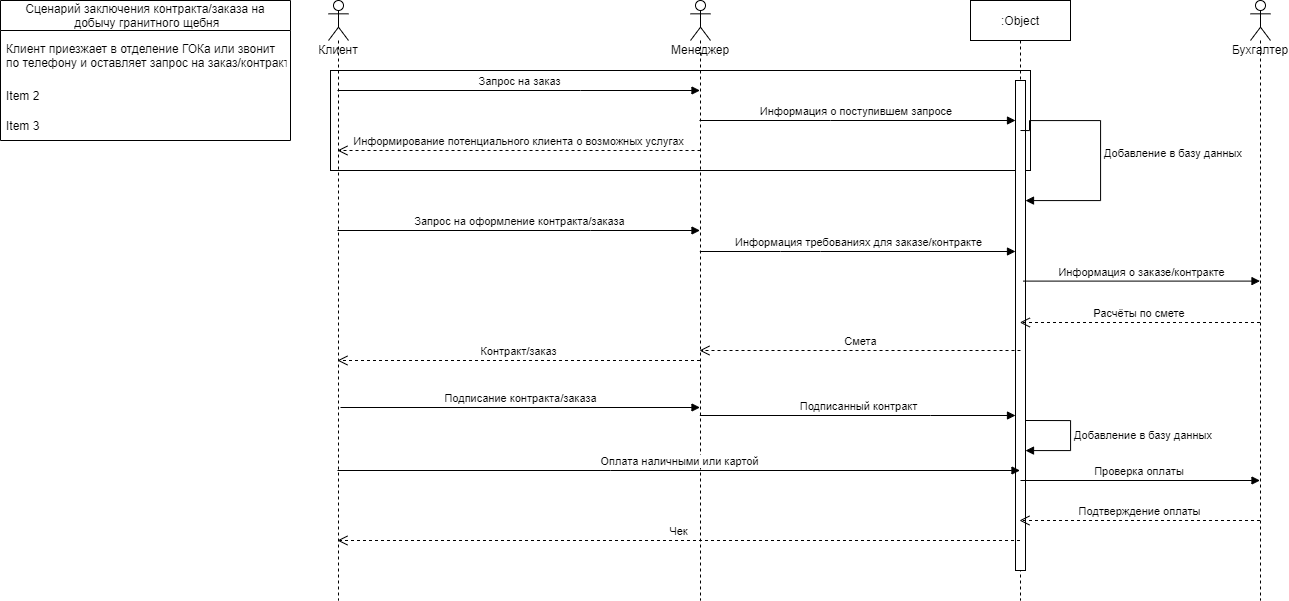
Before: Test1.drawio.png, a diagram exported from draw.io (Awftf/UML). Source tidied: cells renumbered, new cells last; positions are measured from the earlier drawing's top-left corner, leaving out a move shared by most shapes. The source it was exported from:
```xml
<mxGraphModel>
  <root>
    <mxCell id="0" />
    <mxCell id="1" parent="0" />
    <mxCell id="2" style="rounded=0;whiteSpace=wrap;html=1;" parent="1" vertex="1">
      <mxGeometry x="330" y="70" width="700" height="100" as="geometry" />
    </mxCell>
    <mxCell id="3" value=":Object" style="shape=umlLifeline;perimeter=lifelinePerimeter;rounded=0;shadow=0;strokeWidth=1;" parent="1" vertex="1">
      <mxGeometry x="970" width="100" height="600" as="geometry" />
    </mxCell>
    <mxCell id="4" style="points=[];perimeter=orthogonalPerimeter;rounded=0;shadow=0;strokeWidth=1;" parent="3" vertex="1">
      <mxGeometry x="45" y="80" width="10" height="490" as="geometry" />
    </mxCell>
    <mxCell id="5" value="Смета" style="html=1;verticalAlign=bottom;endArrow=open;dashed=1;endSize=8;rounded=0;" parent="3" edge="1" target="9">
      <mxGeometry relative="1" as="geometry">
        <mxPoint x="50" y="350" as="sourcePoint" />
      </mxGeometry>
    </mxCell>
    <mxCell id="6" value="Добавление в базу данных" style="edgeStyle=orthogonalEdgeStyle;html=1;align=left;spacingLeft=2;endArrow=block;rounded=0;" parent="3" edge="1" target="4">
      <mxGeometry relative="1" as="geometry">
        <mxPoint x="55" y="420" as="sourcePoint" />
        <Array as="points">
          <mxPoint x="100" y="420" />
          <mxPoint x="100" y="450" />
        </Array>
      </mxGeometry>
    </mxCell>
    <mxCell id="7" value="Проверка оплаты&amp;nbsp;" style="html=1;verticalAlign=bottom;endArrow=block;rounded=0;" parent="3" edge="1" target="10">
      <mxGeometry relative="1" as="geometry">
        <mxPoint x="50" y="480" as="sourcePoint" />
      </mxGeometry>
    </mxCell>
    <mxCell id="8" value="Клиент&lt;br&gt;" style="shape=umlLifeline;participant=umlActor;perimeter=lifelinePerimeter;whiteSpace=wrap;html=1;verticalAlign=top;spacingTop=36;outlineConnect=0;" parent="1" vertex="1">
      <mxGeometry x="328" width="20" height="600" as="geometry" />
    </mxCell>
    <mxCell id="9" value="Менеджер&lt;br&gt;" style="shape=umlLifeline;participant=umlActor;perimeter=lifelinePerimeter;whiteSpace=wrap;html=1;verticalAlign=top;spacingTop=36;outlineConnect=0;" parent="1" vertex="1">
      <mxGeometry x="690" width="20" height="600" as="geometry" />
    </mxCell>
    <mxCell id="10" value="Бухгалтер" style="shape=umlLifeline;participant=umlActor;perimeter=lifelinePerimeter;whiteSpace=wrap;html=1;verticalAlign=top;spacingTop=36;outlineConnect=0;" parent="1" vertex="1">
      <mxGeometry x="1250" width="20" height="600" as="geometry" />
    </mxCell>
    <mxCell id="11" value="Запрос на заказ&lt;br&gt;" style="html=1;verticalAlign=bottom;endArrow=block;rounded=0;" parent="1" edge="1" source="8" target="9">
      <mxGeometry relative="1" as="geometry">
        <Array as="points">
          <mxPoint x="580" y="90" />
        </Array>
      </mxGeometry>
    </mxCell>
    <mxCell id="12" value="Информирование потенциального клиента о возможных услугах&lt;br&gt;" style="html=1;verticalAlign=bottom;endArrow=open;dashed=1;endSize=8;rounded=0;" parent="1" edge="1" target="8">
      <mxGeometry relative="1" as="geometry">
        <mxPoint x="700" y="150" as="sourcePoint" />
      </mxGeometry>
    </mxCell>
    <mxCell id="13" value="Информация о поступившем запросе&amp;nbsp;" style="html=1;verticalAlign=bottom;endArrow=block;rounded=0;" parent="1" edge="1" source="9" target="4">
      <mxGeometry relative="1" as="geometry">
        <Array as="points">
          <mxPoint x="830" y="120" />
        </Array>
      </mxGeometry>
    </mxCell>
    <mxCell id="14" value="Запрос на оформление контракта/заказа" style="html=1;verticalAlign=bottom;endArrow=block;rounded=0;" parent="1" edge="1" source="8">
      <mxGeometry relative="1" as="geometry">
        <mxPoint x="699.5" y="230" as="targetPoint" />
        <Array as="points">
          <mxPoint x="590" y="230" />
        </Array>
      </mxGeometry>
    </mxCell>
    <mxCell id="15" value="Информация требованиях для заказе/контракте" style="html=1;verticalAlign=bottom;endArrow=block;rounded=0;" parent="1" edge="1">
      <mxGeometry relative="1" as="geometry">
        <mxPoint x="699.3" y="251" as="sourcePoint" />
        <mxPoint x="1015" y="251" as="targetPoint" />
        <Array as="points">
          <mxPoint x="780" y="251" />
          <mxPoint x="820" y="251" />
        </Array>
      </mxGeometry>
    </mxCell>
    <mxCell id="16" value="Контракт/заказ" style="html=1;verticalAlign=bottom;endArrow=open;dashed=1;endSize=8;rounded=0;" parent="1" edge="1" source="9" target="8">
      <mxGeometry relative="1" as="geometry">
        <Array as="points">
          <mxPoint x="620" y="360" />
        </Array>
      </mxGeometry>
    </mxCell>
    <mxCell id="17" value="Информация о заказе/контракте" style="html=1;verticalAlign=bottom;endArrow=block;rounded=0;exitX=0.526;exitY=0.834;exitDx=0;exitDy=0;exitPerimeter=0;" parent="1" edge="1">
      <mxGeometry relative="1" as="geometry">
        <mxPoint x="1022.6" y="280.6" as="sourcePoint" />
        <mxPoint x="1259.5" y="280.6" as="targetPoint" />
      </mxGeometry>
    </mxCell>
    <mxCell id="18" value="Расчёты по смете&amp;nbsp;" style="html=1;verticalAlign=bottom;endArrow=open;dashed=1;endSize=8;rounded=0;" parent="1" edge="1">
      <mxGeometry relative="1" as="geometry">
        <mxPoint x="1259.5" y="322" as="sourcePoint" />
        <mxPoint x="1019.3" y="322" as="targetPoint" />
        <Array as="points">
          <mxPoint x="1180" y="322" />
        </Array>
      </mxGeometry>
    </mxCell>
    <mxCell id="19" value="Добавление в базу данных" style="edgeStyle=orthogonalEdgeStyle;html=1;align=left;spacingLeft=2;endArrow=block;rounded=0;" parent="1" edge="1" target="4">
      <mxGeometry relative="1" as="geometry">
        <mxPoint x="1020" y="130" as="sourcePoint" />
        <Array as="points">
          <mxPoint x="1029" y="120" />
          <mxPoint x="1100" y="120" />
          <mxPoint x="1100" y="200" />
        </Array>
      </mxGeometry>
    </mxCell>
    <mxCell id="20" value="Подписание контракта/заказа" style="html=1;verticalAlign=bottom;endArrow=block;rounded=0;" parent="1" edge="1">
      <mxGeometry relative="1" as="geometry">
        <mxPoint x="340" y="407" as="sourcePoint" />
        <mxPoint x="699.5" y="407" as="targetPoint" />
      </mxGeometry>
    </mxCell>
    <mxCell id="21" value="Подписанный контракт" style="html=1;verticalAlign=bottom;endArrow=block;rounded=0;" parent="1" edge="1">
      <mxGeometry relative="1" as="geometry">
        <mxPoint x="699.3" y="415" as="sourcePoint" />
        <mxPoint x="1015" y="415" as="targetPoint" />
        <Array as="points">
          <mxPoint x="930" y="415" />
        </Array>
      </mxGeometry>
    </mxCell>
    <mxCell id="22" value="Оплата наличными или картой" style="html=1;verticalAlign=bottom;endArrow=block;rounded=0;" parent="1" edge="1" source="8" target="3">
      <mxGeometry relative="1" as="geometry">
        <Array as="points">
          <mxPoint x="610" y="470" />
        </Array>
      </mxGeometry>
    </mxCell>
    <mxCell id="23" value="Подтверждение оплаты&lt;br&gt;" style="html=1;verticalAlign=bottom;endArrow=open;dashed=1;endSize=8;rounded=0;" parent="1" edge="1" source="10" target="3">
      <mxGeometry relative="1" as="geometry">
        <Array as="points">
          <mxPoint x="1190" y="520" />
        </Array>
      </mxGeometry>
    </mxCell>
    <mxCell id="24" value="Чек" style="html=1;verticalAlign=bottom;endArrow=open;dashed=1;endSize=8;rounded=0;" parent="1" edge="1" source="3" target="8">
      <mxGeometry relative="1" as="geometry">
        <Array as="points">
          <mxPoint x="770" y="540" />
        </Array>
      </mxGeometry>
    </mxCell>
    <mxCell id="25" value="Сценарий заключения контракта/заказа на&#10; добычу гранитного щебня" style="swimlane;fontStyle=0;horizontal=1;startSize=30;" parent="1" vertex="1">
      <mxGeometry width="290" height="140" as="geometry" />
    </mxCell>
    <mxCell id="26" value="Клиент приезжает в отделение ГОКа или звонит &#10;по телефону и оставляет запрос на заказ/контракт" style="text;strokeColor=none;fillColor=none;align=left;verticalAlign=middle;spacingLeft=4;spacingRight=4;overflow=hidden;" parent="25" vertex="1">
      <mxGeometry y="30" width="290" height="50" as="geometry" />
    </mxCell>
    <mxCell id="27" value="Item 2" style="text;strokeColor=none;fillColor=none;align=left;verticalAlign=middle;spacingLeft=4;spacingRight=4;overflow=hidden;" parent="25" vertex="1">
      <mxGeometry y="80" width="290" height="30" as="geometry" />
    </mxCell>
    <mxCell id="28" value="Item 3" style="text;strokeColor=none;fillColor=none;align=left;verticalAlign=middle;spacingLeft=4;spacingRight=4;overflow=hidden;" parent="25" vertex="1">
      <mxGeometry y="110" width="290" height="30" as="geometry" />
    </mxCell>
  </root>
</mxGraphModel>
```
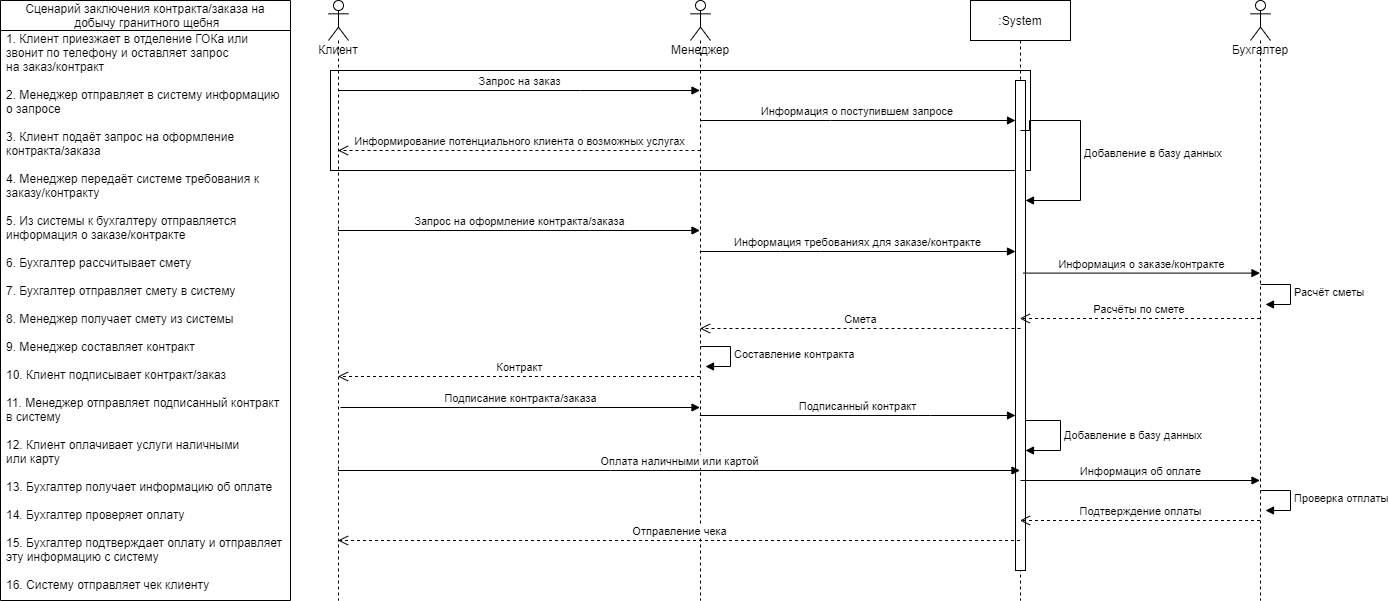
The same diagram one commit later.

Change to the diagram source:
```diff
@@ -5,27 +5,22 @@
     <mxCell id="2" style="rounded=0;whiteSpace=wrap;html=1;" parent="1" vertex="1">
       <mxGeometry x="330" y="70" width="700" height="100" as="geometry" />
     </mxCell>
-    <mxCell id="3" value=":Object" style="shape=umlLifeline;perimeter=lifelinePerimeter;rounded=0;shadow=0;strokeWidth=1;" parent="1" vertex="1">
+    <mxCell id="3" value=":System" style="shape=umlLifeline;perimeter=lifelinePerimeter;rounded=0;shadow=0;strokeWidth=1;" parent="1" vertex="1">
       <mxGeometry x="970" width="100" height="600" as="geometry" />
     </mxCell>
     <mxCell id="4" style="points=[];perimeter=orthogonalPerimeter;rounded=0;shadow=0;strokeWidth=1;" parent="3" vertex="1">
       <mxGeometry x="45" y="80" width="10" height="490" as="geometry" />
     </mxCell>
-    <mxCell id="5" value="Смета" style="html=1;verticalAlign=bottom;endArrow=open;dashed=1;endSize=8;rounded=0;" parent="3" edge="1" target="9">
-      <mxGeometry relative="1" as="geometry">
-        <mxPoint x="50" y="350" as="sourcePoint" />
-      </mxGeometry>
-    </mxCell>
     <mxCell id="6" value="Добавление в базу данных" style="edgeStyle=orthogonalEdgeStyle;html=1;align=left;spacingLeft=2;endArrow=block;rounded=0;" parent="3" edge="1" target="4">
       <mxGeometry relative="1" as="geometry">
         <mxPoint x="55" y="420" as="sourcePoint" />
         <Array as="points">
-          <mxPoint x="100" y="420" />
-          <mxPoint x="100" y="450" />
+          <mxPoint x="90" y="420" />
+          <mxPoint x="90" y="450" />
         </Array>
       </mxGeometry>
     </mxCell>
-    <mxCell id="7" value="Проверка оплаты&amp;nbsp;" style="html=1;verticalAlign=bottom;endArrow=block;rounded=0;" parent="3" edge="1" target="10">
+    <mxCell id="7" value="Информация об оплате" style="html=1;verticalAlign=bottom;endArrow=block;rounded=0;" parent="3" edge="1" target="10">
       <mxGeometry relative="1" as="geometry">
         <mxPoint x="50" y="480" as="sourcePoint" />
       </mxGeometry>
@@ -76,25 +71,27 @@
         </Array>
       </mxGeometry>
     </mxCell>
-    <mxCell id="16" value="Контракт/заказ" style="html=1;verticalAlign=bottom;endArrow=open;dashed=1;endSize=8;rounded=0;" parent="1" edge="1" source="9" target="8">
+    <mxCell id="16" value="Контракт" style="html=1;verticalAlign=bottom;endArrow=open;dashed=1;endSize=8;rounded=0;" parent="1" edge="1">
       <mxGeometry relative="1" as="geometry">
+        <mxPoint x="699.5" y="376" as="sourcePoint" />
+        <mxPoint x="337.5" y="376" as="targetPoint" />
         <Array as="points">
-          <mxPoint x="620" y="360" />
+          <mxPoint x="620" y="376" />
         </Array>
       </mxGeometry>
     </mxCell>
     <mxCell id="17" value="Информация о заказе/контракте" style="html=1;verticalAlign=bottom;endArrow=block;rounded=0;exitX=0.526;exitY=0.834;exitDx=0;exitDy=0;exitPerimeter=0;" parent="1" edge="1">
       <mxGeometry relative="1" as="geometry">
-        <mxPoint x="1022.6" y="280.6" as="sourcePoint" />
-        <mxPoint x="1259.5" y="280.6" as="targetPoint" />
+        <mxPoint x="1022.6" y="272.6" as="sourcePoint" />
+        <mxPoint x="1259.5" y="272.6" as="targetPoint" />
       </mxGeometry>
     </mxCell>
     <mxCell id="18" value="Расчёты по смете&amp;nbsp;" style="html=1;verticalAlign=bottom;endArrow=open;dashed=1;endSize=8;rounded=0;" parent="1" edge="1">
       <mxGeometry relative="1" as="geometry">
-        <mxPoint x="1259.5" y="322" as="sourcePoint" />
-        <mxPoint x="1019.3" y="322" as="targetPoint" />
+        <mxPoint x="1259.5" y="318" as="sourcePoint" />
+        <mxPoint x="1019.3" y="318" as="targetPoint" />
         <Array as="points">
-          <mxPoint x="1180" y="322" />
+          <mxPoint x="1180" y="318" />
         </Array>
       </mxGeometry>
     </mxCell>
@@ -102,9 +99,10 @@
       <mxGeometry relative="1" as="geometry">
         <mxPoint x="1020" y="130" as="sourcePoint" />
         <Array as="points">
+          <mxPoint x="1029" y="130" />
           <mxPoint x="1029" y="120" />
-          <mxPoint x="1100" y="120" />
-          <mxPoint x="1100" y="200" />
+          <mxPoint x="1080" y="120" />
+          <mxPoint x="1080" y="200" />
         </Array>
       </mxGeometry>
     </mxCell>
@@ -137,7 +135,7 @@
         </Array>
       </mxGeometry>
     </mxCell>
-    <mxCell id="24" value="Чек" style="html=1;verticalAlign=bottom;endArrow=open;dashed=1;endSize=8;rounded=0;" parent="1" edge="1" source="3" target="8">
+    <mxCell id="24" value="Отправление чека" style="html=1;verticalAlign=bottom;endArrow=open;dashed=1;endSize=8;rounded=0;" parent="1" edge="1" source="3" target="8">
       <mxGeometry relative="1" as="geometry">
         <Array as="points">
           <mxPoint x="770" y="540" />
@@ -145,16 +143,43 @@
       </mxGeometry>
     </mxCell>
     <mxCell id="25" value="Сценарий заключения контракта/заказа на&#10; добычу гранитного щебня" style="swimlane;fontStyle=0;horizontal=1;startSize=30;" parent="1" vertex="1">
-      <mxGeometry width="290" height="140" as="geometry" />
+      <mxGeometry width="290" height="600" as="geometry" />
     </mxCell>
-    <mxCell id="26" value="Клиент приезжает в отделение ГОКа или звонит &#10;по телефону и оставляет запрос на заказ/контракт" style="text;strokeColor=none;fillColor=none;align=left;verticalAlign=middle;spacingLeft=4;spacingRight=4;overflow=hidden;" parent="25" vertex="1">
-      <mxGeometry y="30" width="290" height="50" as="geometry" />
+    <mxCell id="26" value="1. Клиент приезжает в отделение ГОКа или &#10;звонит по телефону и оставляет запрос &#10;на заказ/контракт&#10;&#10;2. Менеджер отправляет в систему информацию &#10;о запросе &#10;&#10;3. Клиент подаёт запрос на оформление&#10;контракта/заказа &#10;&#10;4. Менеджер передаёт системе требования к &#10;заказу/контракту&#10;&#10;5. Из системы к бухгалтеру отправляется &#10;информация о заказе/контракте&#10;&#10;6. Бухгалтер рассчитывает смету&#10;&#10;7. Бухгалтер отправляет смету в систему&#10;&#10;8. Менеджер получает смету из системы &#10;&#10;9. Менеджер составляет контракт &#10;&#10;10. Клиент подписывает контракт/заказ&#10;&#10;11. Менеджер отправляет подписанный контракт&#10;в систему&#10;&#10;12. Клиент оплачивает услуги наличными &#10;или карту &#10;&#10;13. Бухгалтер получает информацию об оплате&#10;&#10;14. Бухгалтер проверяет оплату&#10;&#10;15. Бухгалтер подтверждает оплату и отправляет &#10;эту информацию с систему&#10;&#10;16. Систему отправляет чек клиенту&#10; &#10;&#10; " style="text;strokeColor=none;fillColor=none;align=left;verticalAlign=middle;spacingLeft=4;spacingRight=4;overflow=hidden;" parent="25" vertex="1">
+      <mxGeometry y="30" width="290" height="570" as="geometry" />
     </mxCell>
-    <mxCell id="27" value="Item 2" style="text;strokeColor=none;fillColor=none;align=left;verticalAlign=middle;spacingLeft=4;spacingRight=4;overflow=hidden;" parent="25" vertex="1">
-      <mxGeometry y="80" width="290" height="30" as="geometry" />
-    </mxCell>
-    <mxCell id="28" value="Item 3" style="text;strokeColor=none;fillColor=none;align=left;verticalAlign=middle;spacingLeft=4;spacingRight=4;overflow=hidden;" parent="25" vertex="1">
-      <mxGeometry y="110" width="290" height="30" as="geometry" />
-    </mxCell>
+    <mxCell id="29" value="Расчёт сметы" style="edgeStyle=orthogonalEdgeStyle;html=1;align=left;spacingLeft=2;endArrow=block;rounded=0;entryX=1;entryY=0;" parent="1" edge="1">
+      <mxGeometry relative="1" as="geometry">
+        <mxPoint x="1260" y="284" as="sourcePoint" />
+        <mxPoint x="1265" y="304" as="targetPoint" />
+        <Array as="points">
+          <mxPoint x="1290" y="284" />
+        </Array>
+      </mxGeometry>
+    </mxCell>
+    <mxCell id="30" value="Проверка отплаты" style="edgeStyle=orthogonalEdgeStyle;html=1;align=left;spacingLeft=2;endArrow=block;rounded=0;entryX=1;entryY=0;" parent="1" edge="1">
+      <mxGeometry relative="1" as="geometry">
+        <mxPoint x="1260" y="490" as="sourcePoint" />
+        <mxPoint x="1265" y="510" as="targetPoint" />
+        <Array as="points">
+          <mxPoint x="1290" y="490" />
+        </Array>
+      </mxGeometry>
+    </mxCell>
+    <mxCell id="31" value="Составление контракта&amp;nbsp;" style="edgeStyle=orthogonalEdgeStyle;html=1;align=left;spacingLeft=2;endArrow=block;rounded=0;entryX=1;entryY=0;" parent="1" edge="1">
+      <mxGeometry relative="1" as="geometry">
+        <mxPoint x="700" y="346" as="sourcePoint" />
+        <mxPoint x="705" y="366" as="targetPoint" />
+        <Array as="points">
+          <mxPoint x="730" y="346" />
+        </Array>
+      </mxGeometry>
+    </mxCell>
+    <mxCell id="5" value="Смета" style="html=1;verticalAlign=bottom;endArrow=open;dashed=1;endSize=8;rounded=0;" parent="1" edge="1">
+      <mxGeometry relative="1" as="geometry">
+        <mxPoint x="1020" y="328" as="sourcePoint" />
+        <mxPoint x="699.5" y="328" as="targetPoint" />
+      </mxGeometry>
+    </mxCell>
   </root>
 </mxGraphModel>
```
